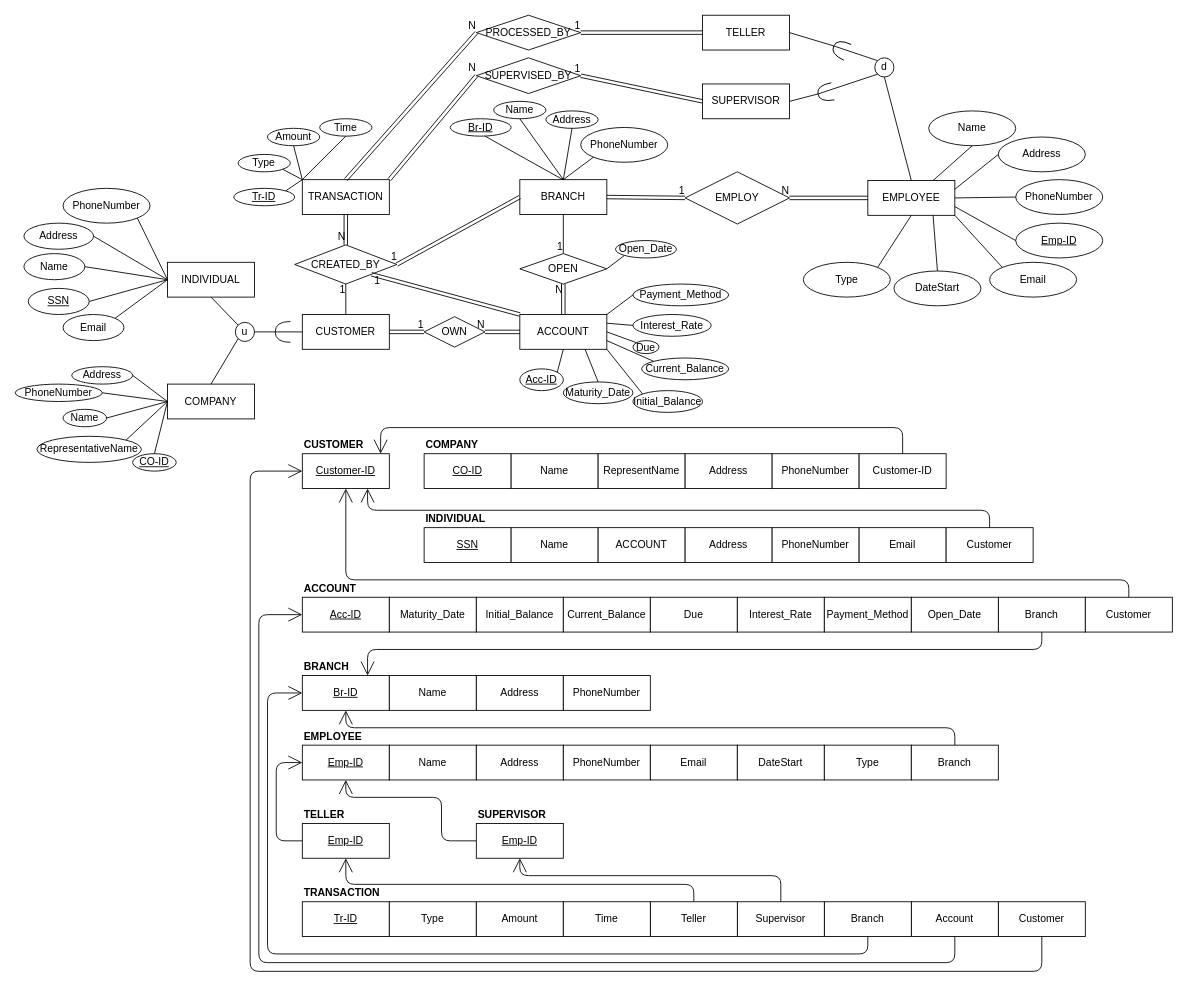
Before: page "Page-3" (3 of 4) of labeerd1.drawio in quangmnh/drawio, a draw.io diagram. Source tidied: cells renumbered, new cells numbered last; positions are measured from the earlier drawing's top-left corner, leaving out a move shared by most shapes. Both pictures are drawn from the tidied source at 87%, with x=0, y=0 at pixel (15, 15).
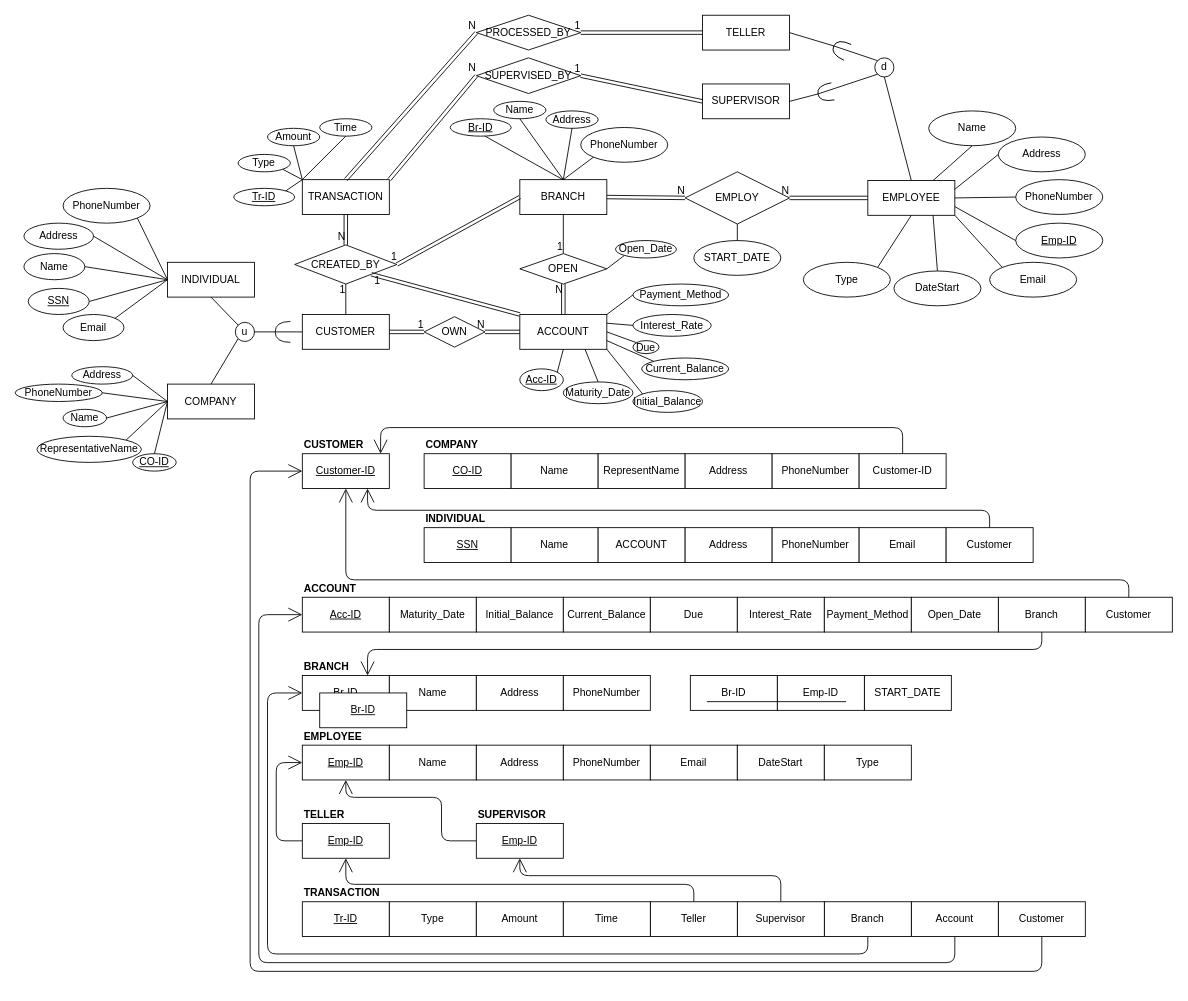
The same diagram, later.

The change refers to these unchanged cells:
```xml
<mxCell id="16" value="EMPLOY" style="shape=rhombus;perimeter=rhombusPerimeter;whiteSpace=wrap;html=1;align=center;" parent="1" vertex="1">
  <mxGeometry x="770" y="180" width="120" height="60" as="geometry" />
</mxCell>
<mxCell id="19" style="shape=link;html=1;exitX=1;exitY=0.5;exitDx=0;exitDy=0;entryX=0;entryY=0.5;entryDx=0;entryDy=0;" parent="1" edge="1" source="2" target="16">
  <mxGeometry relative="1" as="geometry" />
</mxCell>
<mxCell id="153" value="&lt;u&gt;Br-ID&lt;/u&gt;" style="whiteSpace=wrap;html=1;align=center;" parent="1" vertex="1">
  <mxGeometry x="330" y="759" width="100" height="40" as="geometry" />
</mxCell>
```

Diff of the diagram source:
```diff
@@
-    <mxCell id="20" value="1" style="html=1;align=right;verticalAlign=bottom;" parent="19" vertex="1">
+    <mxCell id="20" value="N" style="html=1;align=right;verticalAlign=bottom;" parent="19" vertex="1">
       <mxGeometry x="1" relative="1" as="geometry" />
     </mxCell>
@@
-    <mxCell id="166" style="edgeStyle=orthogonalEdgeStyle;rounded=1;jettySize=auto;html=1;exitX=0.5;exitY=0;exitDx=0;exitDy=0;entryX=0.5;entryY=1;entryDx=0;entryDy=0;endArrow=open;startSize=14;endSize=14;sourcePerimeterSpacing=8;targetPerimeterSpacing=8;" parent="1" edge="1" source="167" target="153">
-      <mxGeometry relative="1" as="geometry">
-        <Array as="points">
-          <mxPoint x="1080" y="819" />
-          <mxPoint x="380" y="819" />
-        </Array>
-      </mxGeometry>
-    </mxCell>
-    <mxCell id="167" value="Branch" style="whiteSpace=wrap;html=1;align=center;" parent="1" vertex="1">
-      <mxGeometry x="1030" y="839" width="100" height="40" as="geometry" />
+    <mxCell id="167" value="START_DATE" style="whiteSpace=wrap;html=1;align=center;" parent="1" vertex="1">
+      <mxGeometry x="976" y="759" width="100" height="40" as="geometry" />
     </mxCell>
@@
+    <mxCell id="193" value="START_DATE" style="ellipse;whiteSpace=wrap;html=1;align=center;" parent="1" vertex="1">
+      <mxGeometry x="780" y="259" width="100" height="40" as="geometry" />
+    </mxCell>
+    <mxCell id="194" style="endArrow=none;html=1;entryX=0.5;entryY=0;entryDx=0;entryDy=0;exitX=0.5;exitY=1;exitDx=0;exitDy=0;" parent="1" edge="1" source="16" target="193">
+      <mxGeometry relative="1" as="geometry" />
+    </mxCell>
+    <mxCell id="195" value="Br-ID" style="whiteSpace=wrap;html=1;align=center;" parent="1" vertex="1">
+      <mxGeometry x="776" y="759" width="100" height="40" as="geometry" />
+    </mxCell>
+    <mxCell id="196" value="&lt;u&gt;Br-ID&lt;/u&gt;" style="whiteSpace=wrap;html=1;align=center;" parent="1" vertex="1">
+      <mxGeometry x="350" y="779" width="100" height="40" as="geometry" />
+    </mxCell>
+    <mxCell id="197" value="Emp-ID" style="whiteSpace=wrap;html=1;align=center;" parent="1" vertex="1">
+      <mxGeometry x="876" y="759" width="100" height="40" as="geometry" />
+    </mxCell>
+    <mxCell id="198" style="endArrow=none;html=1;rounded=0;edgeStyle=orthogonalEdgeStyle;" parent="1" edge="1">
+      <mxGeometry relative="1" as="geometry">
+        <mxPoint x="795" y="789" as="sourcePoint" />
+        <mxPoint x="955" y="789" as="targetPoint" />
+      </mxGeometry>
+    </mxCell>
```
